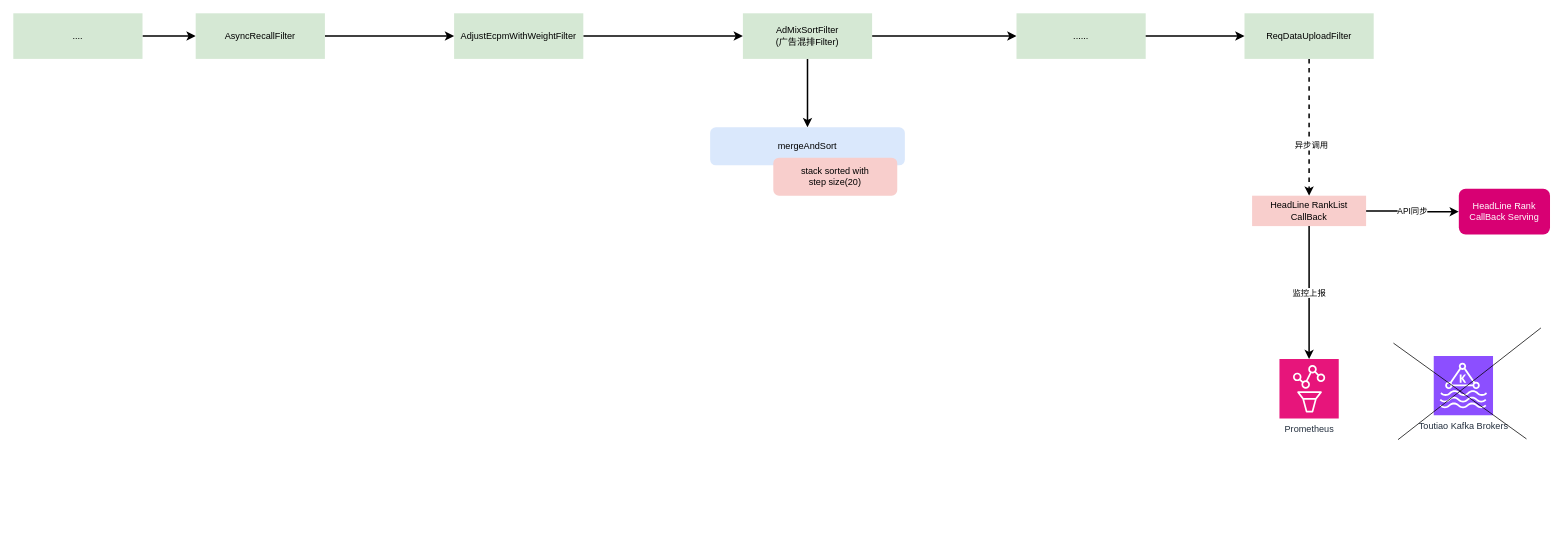
Earlier version of the draw.io diagram page "头条预估动态算力建设" (2 of 35) of universal-engine/brand_dsp_architecture.drawio (karlchan-cn/drawio-repository). Source tidied: cells renumbered, new cells numbered last; positions are measured from the earlier drawing's top-left corner, leaving out a move shared by most shapes. Both pictures are drawn from the tidied source at 76%, with x=0, y=0 at pixel (13, 13).
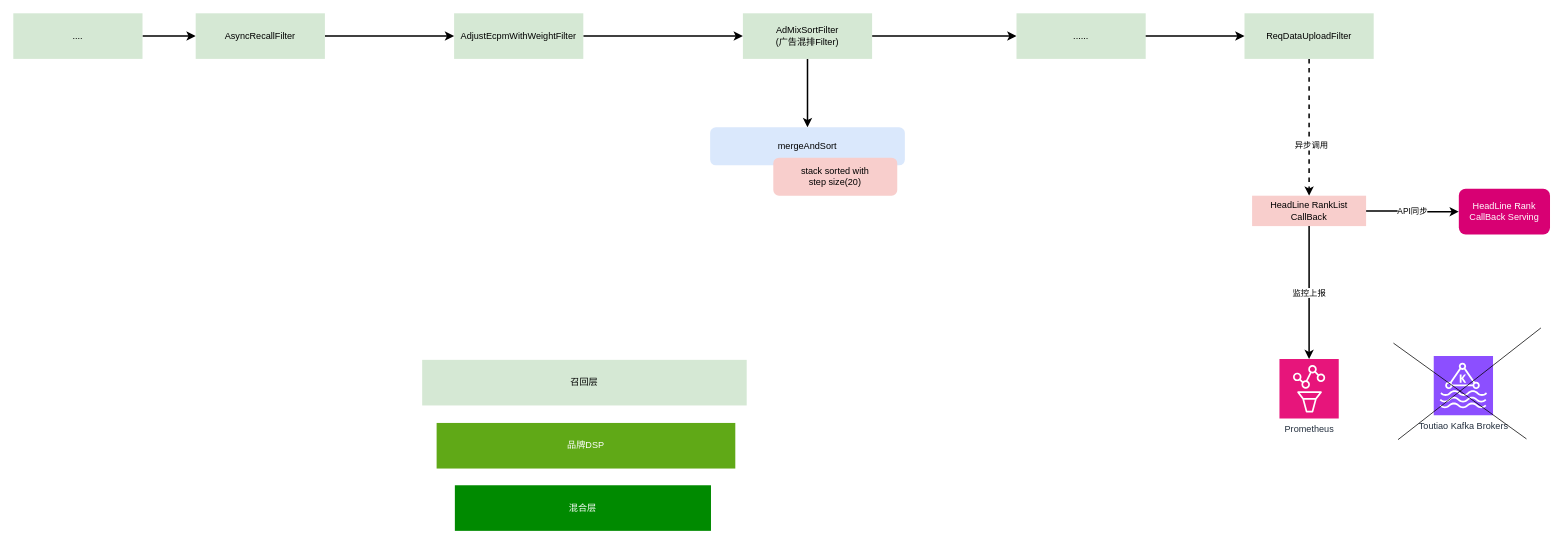
After the change.

The edit, as a diff of the source:
```diff
@@
+    <mxCell id="26" value="召回层" style="rounded=0;whiteSpace=wrap;html=1;fillColor=#d5e8d4;strokeColor=none;" parent="1" vertex="1">
+      <mxGeometry x="538" y="456" width="427" height="60" as="geometry" />
+    </mxCell>
+    <mxCell id="27" value="品牌DSP" style="rounded=0;whiteSpace=wrap;html=1;fillColor=#60a917;strokeColor=none;fontColor=#ffffff;" parent="1" vertex="1">
+      <mxGeometry x="557" y="539" width="393" height="60" as="geometry" />
+    </mxCell>
+    <mxCell id="28" value="混合层" style="rounded=0;whiteSpace=wrap;html=1;fillColor=#008a00;strokeColor=none;fontColor=#ffffff;" parent="1" vertex="1">
+      <mxGeometry x="581" y="621" width="337" height="60" as="geometry" />
+    </mxCell>
```
